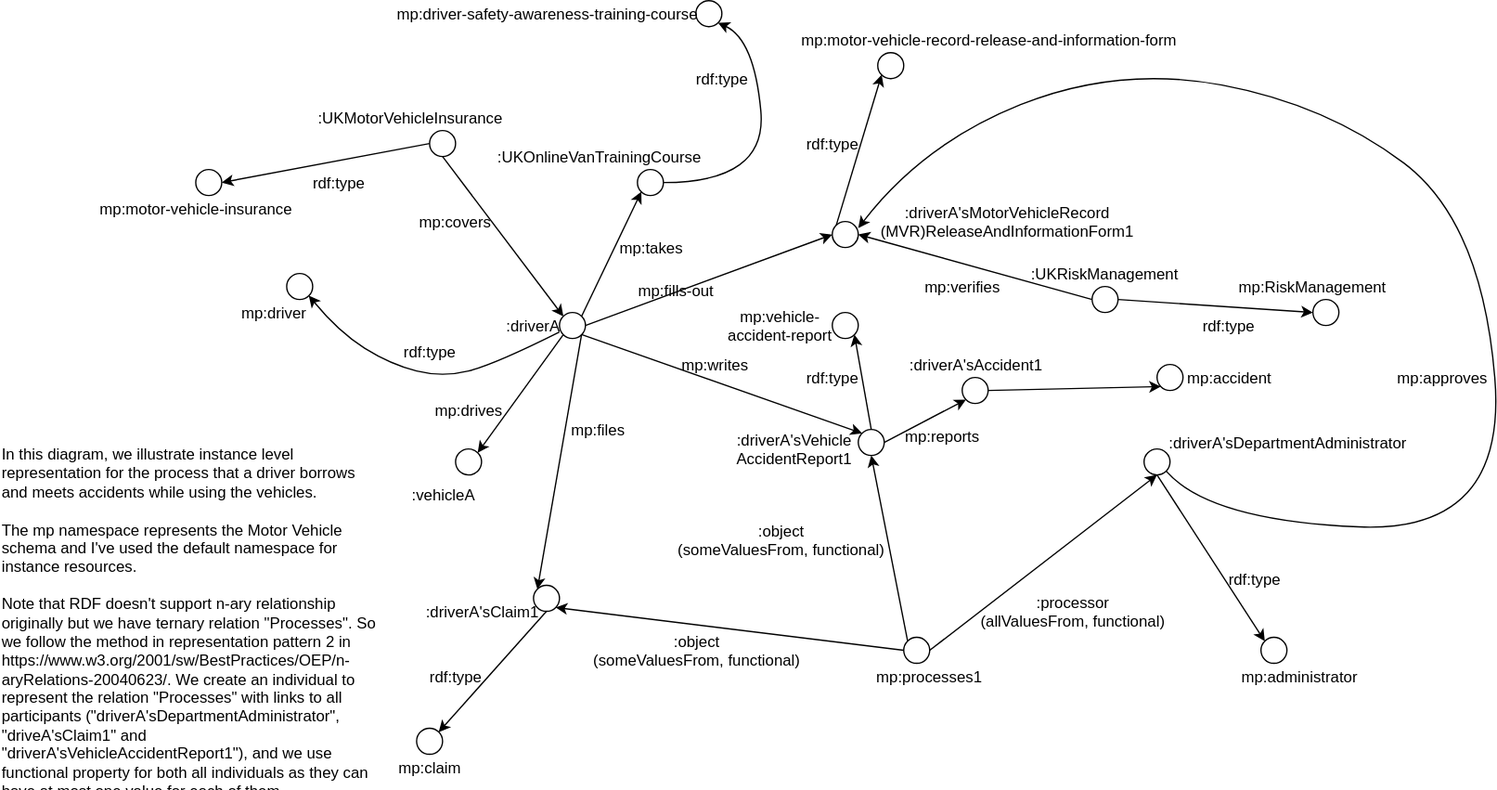
Earlier version of the draw.io export Instance_RDF.svg (IS561/MotorPool). Source tidied: cells renumbered, new cells last; positions are measured from the earlier drawing's top-left corner, leaving out a move shared by most shapes.
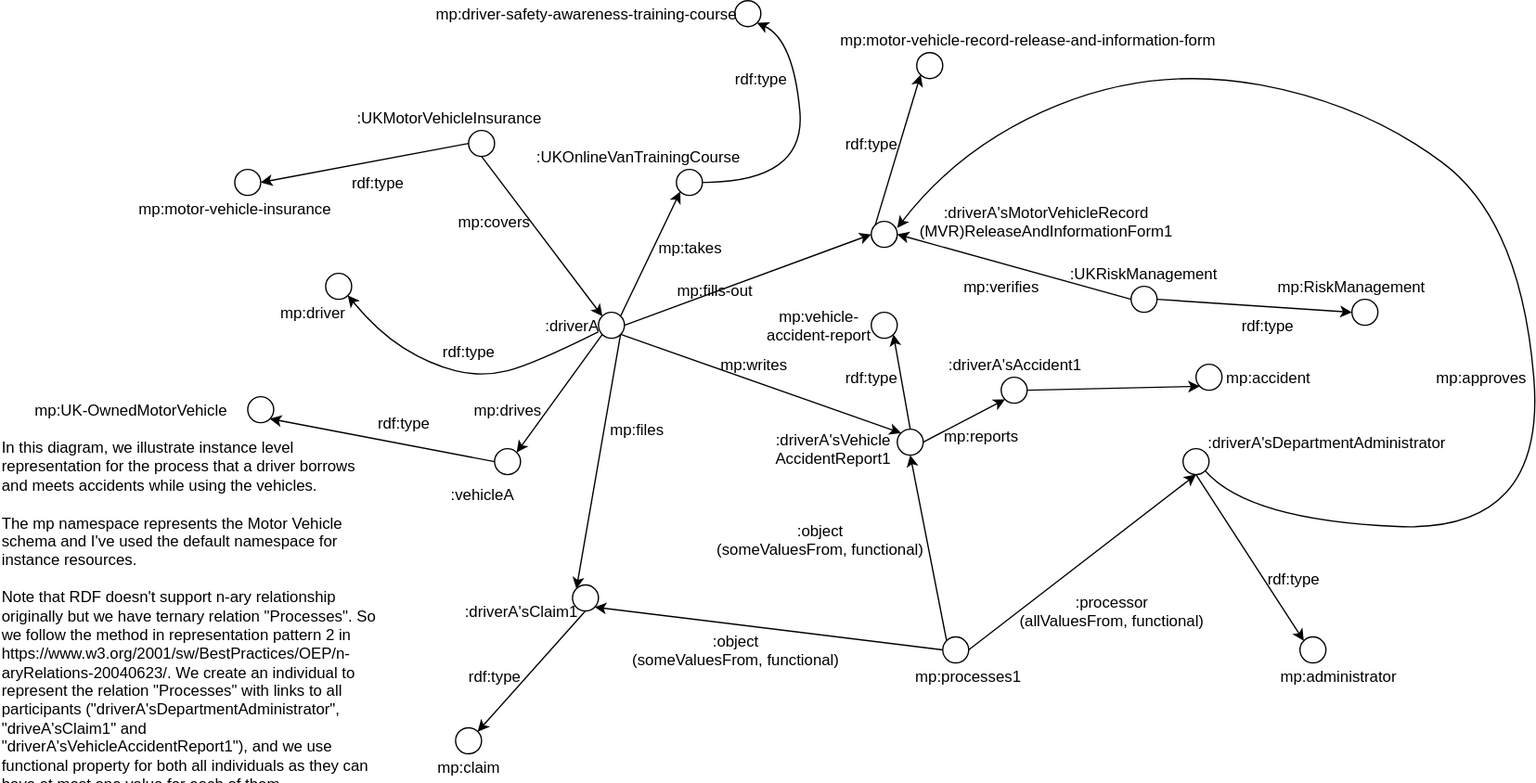
The same diagram one commit later.

Commit message:
rdf revise

Diff of the diagram source:
```diff
@@ -18,7 +18,7 @@
       <mxGeometry relative="1" as="geometry" />
     </mxCell>
     <mxCell id="7" value="&lt;div style=&quot;text-align: left&quot;&gt;&lt;span&gt;In this diagram, we illustrate instance level representation for the process that a driver borrows and meets accidents while using the vehicles.&lt;/span&gt;&lt;/div&gt;&lt;div style=&quot;text-align: left&quot;&gt;&lt;br&gt;&lt;/div&gt;&lt;div style=&quot;text-align: left&quot;&gt;&lt;span&gt;The mp namespace represents the Motor Vehicle schema and I've used the default namespace for instance resources.&lt;/span&gt;&lt;/div&gt;&lt;div style=&quot;text-align: left&quot;&gt;&lt;span&gt;&lt;br&gt;&lt;/span&gt;&lt;/div&gt;&lt;div style=&quot;text-align: left&quot;&gt;&lt;span&gt;Note that RDF doesn't support&amp;nbsp;&lt;/span&gt;&lt;span style=&quot;text-align: center&quot;&gt;n-ary relationship originally but we have ternary&amp;nbsp;relation &quot;Processes&quot;. So we follow the method in representation pattern 2 in&amp;nbsp;&lt;/span&gt;&lt;/div&gt;&lt;div style=&quot;text-align: left&quot;&gt;&lt;span&gt;https://www.w3.org/2001/sw/BestPractices/OEP/n-aryRelations-20040623/. We&amp;nbsp;create an individual to represent the relation &quot;Processes&quot; with links to all participants (&quot;&lt;/span&gt;&lt;span&gt;driverA'sDepartmentAdministrator&quot;,&amp;nbsp;&lt;/span&gt;&lt;/div&gt;&lt;div style=&quot;text-align: left&quot;&gt;&lt;span&gt;&quot;driveA'sClaim1&quot; and &quot;driverA'sVehicleAccidentReport1&quot;), and we use functional property for both all&amp;nbsp;&lt;/span&gt;&lt;span&gt;individuals as they can have at most one value for each of them.&amp;nbsp;&lt;/span&gt;&lt;/div&gt;" style="text;html=1;strokeColor=none;fillColor=none;align=center;verticalAlign=middle;whiteSpace=wrap;rounded=0;" parent="1" vertex="1">
-      <mxGeometry y="350" width="290" height="250" as="geometry" />
+      <mxGeometry x="-30" y="345" width="290" height="250" as="geometry" />
     </mxCell>
     <mxCell id="8" value="mp:covers" style="text;html=1;strokeColor=none;fillColor=none;align=center;verticalAlign=middle;whiteSpace=wrap;rounded=0;" parent="1" vertex="1">
       <mxGeometry x="330" y="160" width="40" height="20" as="geometry" />
@@ -269,5 +269,17 @@
     <mxCell id="83" value="mp:administrator" style="text;html=1;strokeColor=none;fillColor=none;align=center;verticalAlign=middle;whiteSpace=wrap;rounded=0;" parent="1" vertex="1">
       <mxGeometry x="980" y="510" width="40" height="20" as="geometry" />
     </mxCell>
+    <mxCell id="84" style="ellipse;whiteSpace=wrap;html=1;" parent="1" vertex="1">
+      <mxGeometry x="160" y="305" width="20" height="20" as="geometry" />
+    </mxCell>
+    <mxCell id="85" value="mp:UK&lt;span&gt;-OwnedMotorVehicle&lt;/span&gt;" style="text;html=1;strokeColor=none;fillColor=none;align=center;verticalAlign=middle;whiteSpace=wrap;rounded=0;" parent="1" vertex="1">
+      <mxGeometry x="-10" y="305" width="160" height="20" as="geometry" />
+    </mxCell>
+    <mxCell id="86" style="endArrow=classic;html=1;entryX=1;entryY=1;entryDx=0;entryDy=0;exitX=0;exitY=0.5;exitDx=0;exitDy=0;" parent="1" edge="1" source="9" target="84">
+      <mxGeometry relative="1" as="geometry" />
+    </mxCell>
+    <mxCell id="87" value="rdf:type" style="text;html=1;strokeColor=none;fillColor=none;align=center;verticalAlign=middle;whiteSpace=wrap;rounded=0;" parent="1" vertex="1">
+      <mxGeometry x="260" y="315" width="40" height="20" as="geometry" />
+    </mxCell>
   </root>
 </mxGraphModel>
```
